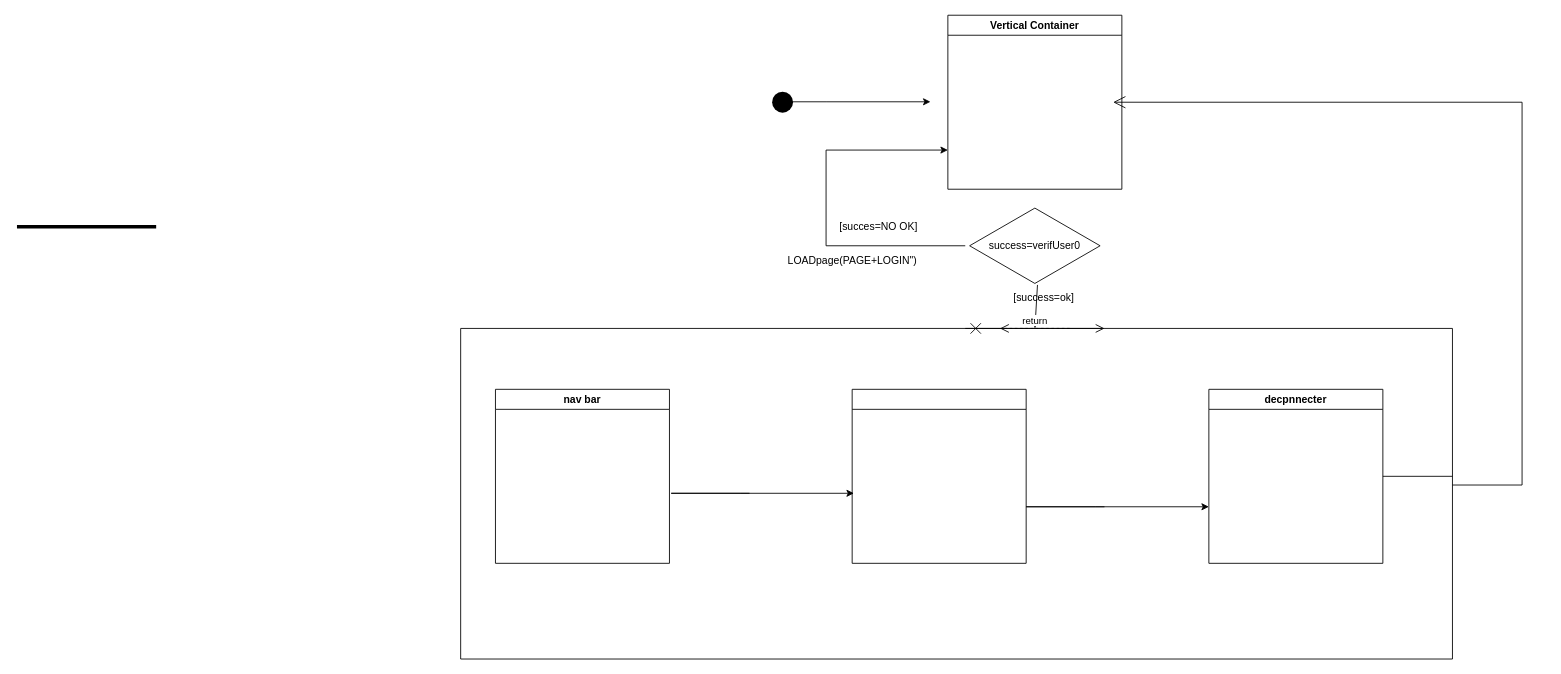
This is UML ETAT TRANSITION.drawio from djn-web/djn-web, a draw.io file, before an edit. Source tidied: cells renumbered, new cells numbered last; positions are measured from the earlier drawing's top-left corner, leaving out a move shared by most shapes. Both pictures are drawn from the tidied source at 87%, with x=0, y=0 at pixel (17, 15).
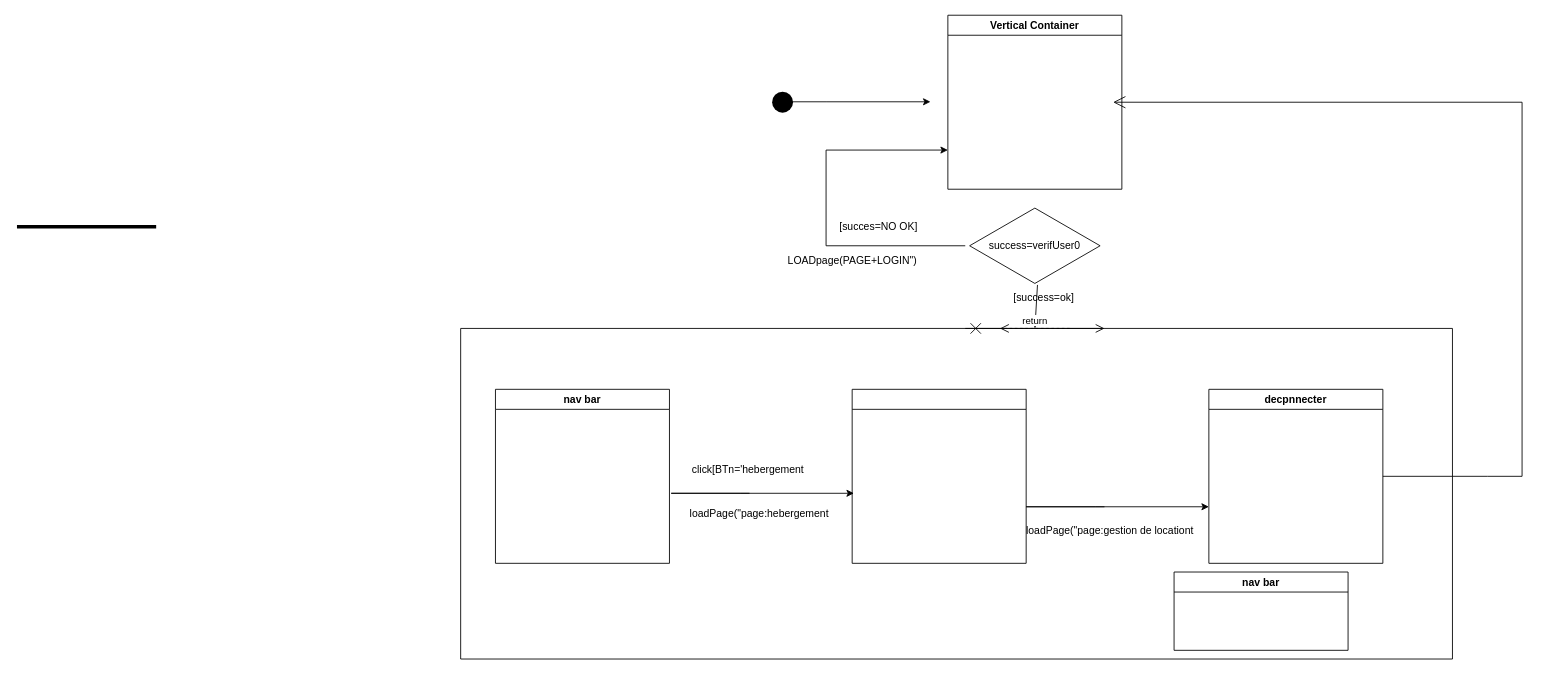
The same page after the edit.

Commit message:
Mettre à jour UML ETAT TRANSITION.drawio

Unchanged cells that the change refers to:
```xml
<mxCell id="6" style="swimlane;startSize=0;" parent="1" vertex="1">
  <mxGeometry x="510" y="360" width="1140" height="380" as="geometry" />
</mxCell>
```

The edit, as a diff of the source:
```diff
@@
+    <mxCell id="23" value="nav bar" style="swimlane;whiteSpace=wrap;html=1;" parent="6" vertex="1">
+      <mxGeometry x="820" y="280" width="200" height="90" as="geometry" />
+    </mxCell>
@@
     <mxCell id="21" style="endArrow=open;endFill=1;endSize=12;html=1;rounded=0;" parent="1" edge="1">
       <mxGeometry relative="1" as="geometry">
-        <mxPoint x="1650" y="540" as="sourcePoint" />
+        <mxPoint x="1650" y="530" as="sourcePoint" />
         <mxPoint x="1260" y="100" as="targetPoint" />
         <Array as="points">
-          <mxPoint x="1730" y="540" />
+          <mxPoint x="1690" y="530" />
+          <mxPoint x="1730" y="530" />
           <mxPoint x="1730" y="100" />
         </Array>
       </mxGeometry>
     </mxCell>
@@
+    <mxCell id="24" value="click[BTn='hebergement" style="text;html=1;align=center;verticalAlign=middle;strokeColor=none;fillColor=none;" parent="1" vertex="1">
+      <mxGeometry x="760" y="508" width="160" height="30" as="geometry" />
+    </mxCell>
+    <mxCell id="25" value="loadPage(&quot;page:hebergement" style="text;html=1;align=center;verticalAlign=middle;strokeColor=none;fillColor=none;" parent="1" vertex="1">
+      <mxGeometry x="758" y="558" width="190" height="30" as="geometry" />
+    </mxCell>
+    <mxCell id="26" value="loadPage(&quot;page:gestion de locationt" style="text;html=1;align=center;verticalAlign=middle;strokeColor=none;fillColor=none;" parent="1" vertex="1">
+      <mxGeometry x="1146" y="578" width="220" height="30" as="geometry" />
+    </mxCell>
```
